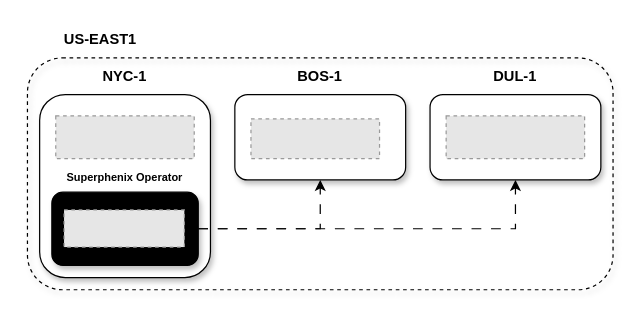
Before: sketch/mgmt-inside-az.drawio in super-phenix/docs, a draw.io diagram. Source tidied: cells renumbered, new cells numbered last; positions are measured from the earlier drawing's top-left corner, leaving out a move shared by most shapes. Both pictures are drawn from the tidied source at 122%, with x=0, y=0 at pixel (27, 21). Pictures stored in the file or linked from it are replaced by grey dashed boxes.
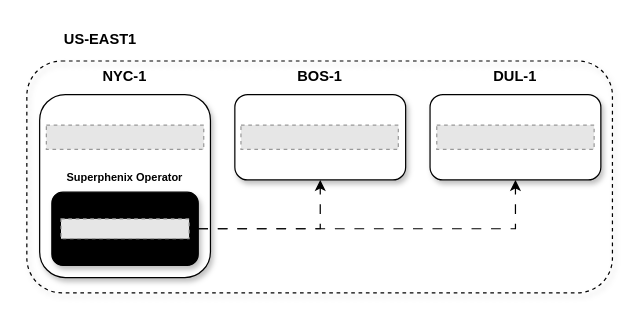
After the change.

The edit, as a diff of the source:
```diff
@@
 <mxGraphModel>
   <root>
     <mxCell id="0" />
     <mxCell id="1" parent="0" />
     <mxCell id="2" style="rounded=1;whiteSpace=wrap;html=1;fillColor=#FFFFFF;glass=0;shadow=1;" parent="1" vertex="1">
       <mxGeometry x="10" y="60" width="140" height="150" as="geometry" />
     </mxCell>
-    <mxCell id="3" style="fillColor=#E6E6E6;strokeColor=#999999;dashed=1;verticalLabelPosition=bottom;labelBackgroundColor=default;verticalAlign=top;" parent="1" vertex="1">
-      <mxGeometry x="23.2" y="77.5" width="113.5" height="35" as="geometry" />
-    </mxCell>
     <mxCell id="4" style="rounded=1;whiteSpace=wrap;html=1;fillColor=none;dashed=1;shadow=1;" parent="1" vertex="1">
-      <mxGeometry y="30" width="480" height="190" as="geometry" />
+      <mxGeometry x="-0.5" y="32.5" width="480" height="190" as="geometry" />
     </mxCell>
     <mxCell id="5" style="rounded=1;whiteSpace=wrap;html=1;fillColor=#FFFFFF;glass=0;shadow=1;" parent="1" vertex="1">
       <mxGeometry x="170" y="60" width="140" height="70" as="geometry" />
     </mxCell>
-    <mxCell id="6" style="fillColor=#E6E6E6;strokeColor=#999999;dashed=1;verticalLabelPosition=bottom;labelBackgroundColor=default;verticalAlign=top;" parent="1" vertex="1">
-      <mxGeometry x="183.2" y="80" width="105.4" height="32.5" as="geometry" />
-    </mxCell>
     <mxCell id="7" style="rounded=1;whiteSpace=wrap;html=1;fillColor=#FFFFFF;glass=0;shadow=1;" parent="1" vertex="1">
       <mxGeometry x="330" y="60" width="140" height="70" as="geometry" />
     </mxCell>
-    <mxCell id="8" style="fillColor=#E6E6E6;strokeColor=#999999;dashed=1;verticalLabelPosition=bottom;labelBackgroundColor=default;verticalAlign=top;" parent="1" vertex="1">
-      <mxGeometry x="343.2" y="77.5" width="113.5" height="35" as="geometry" />
-    </mxCell>
     <mxCell id="9" value="NYC-1" style="text;html=1;whiteSpace=wrap;strokeColor=none;fillColor=none;align=center;verticalAlign=middle;rounded=0;fontStyle=1;" parent="1" vertex="1">
       <mxGeometry x="10" y="30" width="140" height="30" as="geometry" />
     </mxCell>
     <mxCell id="10" value="BOS-1" style="text;html=1;whiteSpace=wrap;strokeColor=none;fillColor=none;align=center;verticalAlign=middle;rounded=0;fontStyle=1;" parent="1" vertex="1">
       <mxGeometry x="210" y="30" width="60" height="30" as="geometry" />
     </mxCell>
     <mxCell id="11" value="DUL-1" style="text;html=1;whiteSpace=wrap;strokeColor=none;fillColor=none;align=center;verticalAlign=middle;rounded=0;fontStyle=1;" parent="1" vertex="1">
       <mxGeometry x="370" y="30" width="60" height="30" as="geometry" />
     </mxCell>
     <mxCell id="12" value="US-EAST1" style="text;html=1;whiteSpace=wrap;strokeColor=none;fillColor=none;align=center;verticalAlign=middle;rounded=0;fontStyle=1;" parent="1" vertex="1">
       <mxGeometry x="20" width="80" height="30" as="geometry" />
     </mxCell>
     <mxCell id="13" style="edgeStyle=orthogonalEdgeStyle;rounded=0;jettySize=auto;html=1;entryX=0.5;entryY=1;entryDx=0;entryDy=0;dashed=1;dashPattern=8 8;" parent="1" edge="1" source="15" target="5">
       <mxGeometry relative="1" as="geometry" />
     </mxCell>
     <mxCell id="14" style="edgeStyle=orthogonalEdgeStyle;rounded=0;jettySize=auto;html=1;entryX=0.5;entryY=1;entryDx=0;entryDy=0;dashed=1;dashPattern=8 8;" parent="1" edge="1" source="15" target="7">
       <mxGeometry relative="1" as="geometry" />
     </mxCell>
     <mxCell id="15" style="rounded=1;whiteSpace=wrap;html=1;fillColor=#000000;glass=0;shadow=1;" parent="1" vertex="1">
       <mxGeometry x="20" y="140" width="120" height="60" as="geometry" />
     </mxCell>
-    <mxCell id="16" style="fillColor=#E6E6E6;strokeColor=#999999;dashed=1;verticalLabelPosition=bottom;labelBackgroundColor=default;verticalAlign=top;" parent="1" vertex="1">
-      <mxGeometry x="30" y="154.6" width="98.6" height="30.4" as="geometry" />
-    </mxCell>
     <mxCell id="17" value="Superphenix Operator" style="text;html=1;whiteSpace=wrap;strokeColor=none;fillColor=none;align=center;verticalAlign=middle;rounded=0;horizontal=1;fontStyle=1;fontSize=9;" parent="1" vertex="1">
       <mxGeometry x="10" y="112.5" width="140" height="30" as="geometry" />
     </mxCell>
+    <mxCell id="18" style="fillColor=#E6E6E6;strokeColor=#999999;dashed=1;verticalLabelPosition=bottom;labelBackgroundColor=default;verticalAlign=top;" parent="1" vertex="1">
+      <mxGeometry x="175" y="85" width="129" height="20" as="geometry" />
+    </mxCell>
+    <mxCell id="19" style="fillColor=#E6E6E6;strokeColor=#999999;dashed=1;verticalLabelPosition=bottom;labelBackgroundColor=default;verticalAlign=top;" parent="1" vertex="1">
+      <mxGeometry x="335.5" y="85" width="129" height="20" as="geometry" />
+    </mxCell>
+    <mxCell id="20" style="fillColor=#E6E6E6;strokeColor=#999999;dashed=1;verticalLabelPosition=bottom;labelBackgroundColor=default;verticalAlign=top;" parent="1" vertex="1">
+      <mxGeometry x="15.5" y="85" width="129" height="20" as="geometry" />
+    </mxCell>
+    <mxCell id="21" style="fillColor=#E6E6E6;strokeColor=#999999;dashed=1;verticalLabelPosition=bottom;labelBackgroundColor=default;verticalAlign=top;" parent="1" vertex="1">
+      <mxGeometry x="27.5" y="161.9" width="105" height="16.3" as="geometry" />
+    </mxCell>
   </root>
 </mxGraphModel>
```
